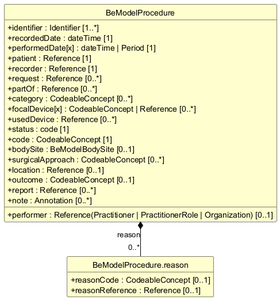
The PlantUML diagram exports/diagrams/BeModelProcedure-uml.png in caresets/caresets-src, before a commit. Its diagram source:
```plantuml
@startuml
skinparam shadowing false
skinparam classAttributeIconSize 0
skinparam linetype ortho
skinparam class {
  BackgroundColor #FEFECE
  BorderColor #000000
  ArrowColor #000000
  FontStyle bold
  AttributeFontStyle normal
}
hide circle
hide empty members

class "BeModelProcedure" as BeModelProcedure {
  +identifier : Identifier [1..*]
  +recordedDate : dateTime [1]
  +performedDate[x] : dateTime | Period [1]
  +patient : Reference [1]
  +recorder : Reference [1]
  +performer : Reference(Practitioner | PractitionerRole | Organization) [0..1]
  +request : Reference [0..*]
  +partOf : Reference [0..*]
  +category : CodeableConcept [0..*]
  +focalDevice[x] : CodeableConcept | Reference [0..*]
  +usedDevice : Reference [0..*]
  +status : code [1]
  +code : CodeableConcept [1]
  +bodySite : BeModelBodySite [0..1]
  +surgicalApproach : CodeableConcept [0..*]
  +location : Reference [0..1]
  +outcome : CodeableConcept [0..1]
  +report : Reference [0..*]
  +note : Annotation [0..*]
}

class "BeModelProcedure.reason" as BeModelProcedure_reason {
  +reasonCode : CodeableConcept [0..1]
  +reasonReference : Reference [0..1]
}

BeModelProcedure *-- "0..*" BeModelProcedure_reason : reason
@enduml
```
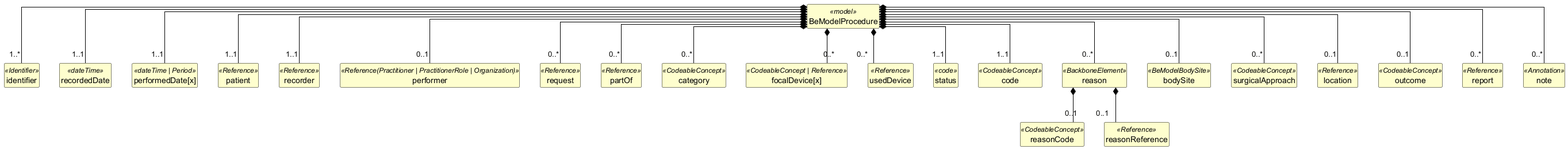
The same file after the commit.

Change to the diagram source:
```diff
@@ -12,32 +12,95 @@
 hide circle
 hide empty members
 
-class "BeModelProcedure" as BeModelProcedure {
-  +identifier : Identifier [1..*]
-  +recordedDate : dateTime [1]
-  +performedDate[x] : dateTime | Period [1]
-  +patient : Reference [1]
-  +recorder : Reference [1]
-  +performer : Reference(Practitioner | PractitionerRole | Organization) [0..1]
-  +request : Reference [0..*]
-  +partOf : Reference [0..*]
-  +category : CodeableConcept [0..*]
-  +focalDevice[x] : CodeableConcept | Reference [0..*]
-  +usedDevice : Reference [0..*]
-  +status : code [1]
-  +code : CodeableConcept [1]
-  +bodySite : BeModelBodySite [0..1]
-  +surgicalApproach : CodeableConcept [0..*]
-  +location : Reference [0..1]
-  +outcome : CodeableConcept [0..1]
-  +report : Reference [0..*]
-  +note : Annotation [0..*]
+class "BeModelProcedure" as BeModelProcedure <<model>> {
 }
 
-class "BeModelProcedure.reason" as BeModelProcedure_reason {
-  +reasonCode : CodeableConcept [0..1]
-  +reasonReference : Reference [0..1]
+class "identifier" as BeModelProcedure_identifier <<Identifier>> {
 }
 
-BeModelProcedure *-- "0..*" BeModelProcedure_reason : reason
+class "recordedDate" as BeModelProcedure_recordedDate <<dateTime>> {
+}
+
+class "performedDate[x]" as BeModelProcedure_performedDate_x_ <<dateTime | Period>> {
+}
+
+class "patient" as BeModelProcedure_patient <<Reference>> {
+}
+
+class "recorder" as BeModelProcedure_recorder <<Reference>> {
+}
+
+class "performer" as BeModelProcedure_performer <<Reference(Practitioner | PractitionerRole | Organization)>> {
+}
+
+class "request" as BeModelProcedure_request <<Reference>> {
+}
+
+class "partOf" as BeModelProcedure_partOf <<Reference>> {
+}
+
+class "category" as BeModelProcedure_category <<CodeableConcept>> {
+}
+
+class "focalDevice[x]" as BeModelProcedure_focalDevice_x_ <<CodeableConcept | Reference>> {
+}
+
+class "usedDevice" as BeModelProcedure_usedDevice <<Reference>> {
+}
+
+class "status" as BeModelProcedure_status <<code>> {
+}
+
+class "code" as BeModelProcedure_code <<CodeableConcept>> {
+}
+
+class "reason" as BeModelProcedure_reason <<BackboneElement>> {
+}
+
+class "reasonCode" as BeModelProcedure_reason_reasonCode <<CodeableConcept>> {
+}
+
+class "reasonReference" as BeModelProcedure_reason_reasonReference <<Reference>> {
+}
+
+class "bodySite" as BeModelProcedure_bodySite <<BeModelBodySite>> {
+}
+
+class "surgicalApproach" as BeModelProcedure_surgicalApproach <<CodeableConcept>> {
+}
+
+class "location" as BeModelProcedure_location <<Reference>> {
+}
+
+class "outcome" as BeModelProcedure_outcome <<CodeableConcept>> {
+}
+
+class "report" as BeModelProcedure_report <<Reference>> {
+}
+
+class "note" as BeModelProcedure_note <<Annotation>> {
+}
+
+BeModelProcedure *-- "1..*" BeModelProcedure_identifier
+BeModelProcedure *-- "1..1" BeModelProcedure_recordedDate
+BeModelProcedure *-- "1..1" BeModelProcedure_performedDate_x_
+BeModelProcedure *-- "1..1" BeModelProcedure_patient
+BeModelProcedure *-- "1..1" BeModelProcedure_recorder
+BeModelProcedure *-- "0..1" BeModelProcedure_performer
+BeModelProcedure *-- "0..*" BeModelProcedure_request
+BeModelProcedure *-- "0..*" BeModelProcedure_partOf
+BeModelProcedure *-- "0..*" BeModelProcedure_category
+BeModelProcedure *-- "0..*" BeModelProcedure_focalDevice_x_
+BeModelProcedure *-- "0..*" BeModelProcedure_usedDevice
+BeModelProcedure *-- "1..1" BeModelProcedure_status
+BeModelProcedure *-- "1..1" BeModelProcedure_code
+BeModelProcedure *-- "0..*" BeModelProcedure_reason
+BeModelProcedure_reason *-- "0..1" BeModelProcedure_reason_reasonCode
+BeModelProcedure_reason *-- "0..1" BeModelProcedure_reason_reasonReference
+BeModelProcedure *-- "0..1" BeModelProcedure_bodySite
+BeModelProcedure *-- "0..*" BeModelProcedure_surgicalApproach
+BeModelProcedure *-- "0..1" BeModelProcedure_location
+BeModelProcedure *-- "0..1" BeModelProcedure_outcome
+BeModelProcedure *-- "0..*" BeModelProcedure_report
+BeModelProcedure *-- "0..*" BeModelProcedure_note
 @enduml
```
